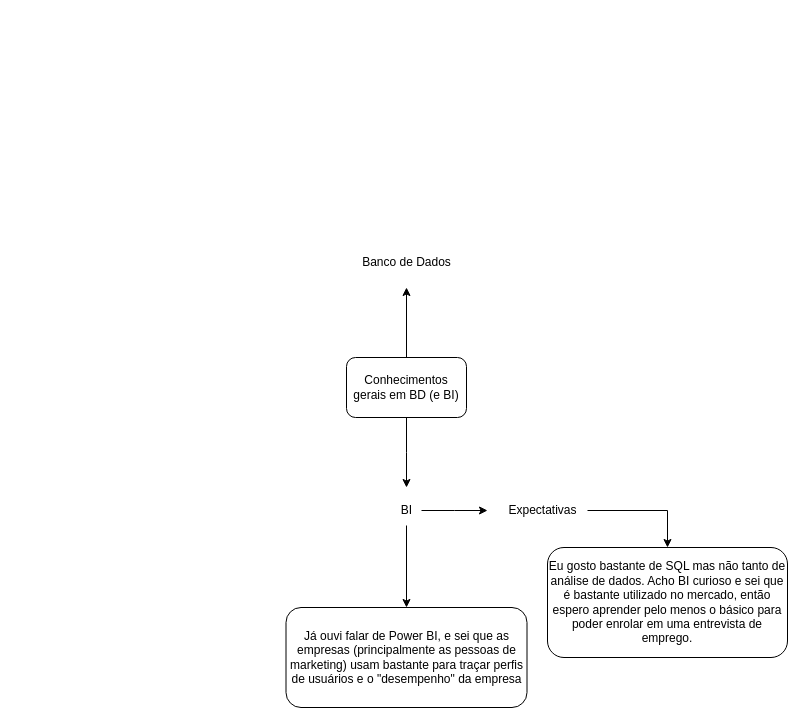
This is Diagrama sem nome.drawio from e-magesk/Banco-de-Dados-2, a draw.io file, before an edit. Source tidied: cells renumbered, new cells numbered last; positions are measured from the earlier drawing's top-left corner, leaving out a move shared by most shapes. Both pictures are drawn from the tidied source at 100%, with x=0, y=0 at pixel (285, 247).
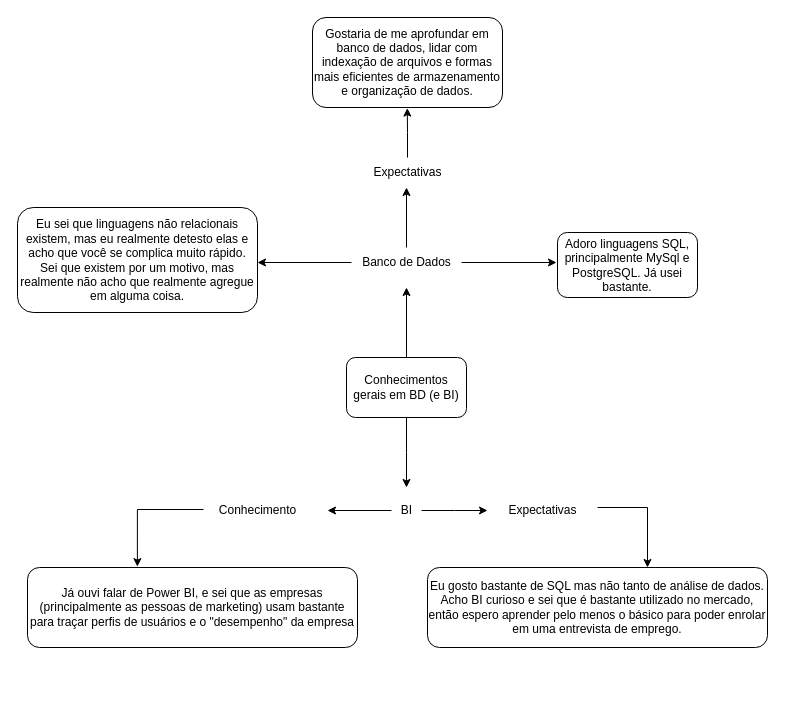
The same page after the edit.

The change refers to these unchanged cells:
```xml
<mxCell id="5" value="Banco de Dados" style="text;html=1;align=center;verticalAlign=middle;points=[];strokeColor=none;fillColor=none;" parent="1" vertex="1">
  <mxGeometry x="66" width="110" height="30" as="geometry" />
</mxCell>
<mxCell id="8" value="BI" style="text;html=1;align=center;verticalAlign=middle;points=[];strokeColor=none;fillColor=none;" parent="1" vertex="1">
  <mxGeometry x="106" y="248" width="30" height="30" as="geometry" />
</mxCell>
<mxCell id="11" value="Expectativas" style="text;html=1;align=center;verticalAlign=middle;points=[];strokeColor=none;fillColor=none;" parent="1" vertex="1">
  <mxGeometry x="212" y="248" width="90" height="30" as="geometry" />
</mxCell>
```

Change to the diagram source:
```diff
@@
+    <mxCell id="13" style="edgeStyle=orthogonalEdgeStyle;rounded=0;jettySize=auto;html=1;" parent="1" edge="1" source="5">
+      <mxGeometry relative="1" as="geometry">
+        <mxPoint x="-28" y="15" as="targetPoint" />
+      </mxGeometry>
+    </mxCell>
+    <mxCell id="14" style="edgeStyle=orthogonalEdgeStyle;rounded=0;jettySize=auto;html=1;" parent="1" edge="1" source="5">
+      <mxGeometry relative="1" as="geometry">
+        <mxPoint x="271" y="15" as="targetPoint" />
+      </mxGeometry>
+    </mxCell>
+    <mxCell id="15" style="edgeStyle=orthogonalEdgeStyle;rounded=0;jettySize=auto;html=1;" parent="1" edge="1" source="5">
+      <mxGeometry relative="1" as="geometry">
+        <mxPoint x="121" y="-60" as="targetPoint" />
+      </mxGeometry>
+    </mxCell>
@@
-    <mxCell id="6" style="edgeStyle=orthogonalEdgeStyle;rounded=0;jettySize=auto;html=1;entryX=0.5;entryY=0;entryDx=0;entryDy=0;" parent="1" edge="1" source="8" target="9">
-      <mxGeometry relative="1" as="geometry" />
-    </mxCell>
@@
+    <mxCell id="16" style="edgeStyle=orthogonalEdgeStyle;rounded=0;jettySize=auto;html=1;" parent="1" edge="1" source="8">
+      <mxGeometry relative="1" as="geometry">
+        <mxPoint x="42" y="263" as="targetPoint" />
+      </mxGeometry>
+    </mxCell>
@@
     <mxCell id="9" value="Já ouvi falar de Power BI, e sei que as empresas (principalmente as pessoas de marketing) usam bastante para traçar perfis de usuários e o &quot;desempenho&quot; da empresa" style="rounded=1;whiteSpace=wrap;html=1;" parent="1" vertex="1">
-      <mxGeometry x="0.5" y="360" width="241" height="100" as="geometry" />
+      <mxGeometry x="-258" y="320" width="330" height="80" as="geometry" />
     </mxCell>
-    <mxCell id="10" style="edgeStyle=orthogonalEdgeStyle;rounded=0;jettySize=auto;html=1;" parent="1" edge="1" source="11" target="12">
+    <mxCell id="10" style="edgeStyle=orthogonalEdgeStyle;rounded=0;jettySize=auto;html=1;" parent="1" edge="1" target="12">
       <mxGeometry relative="1" as="geometry">
+        <mxPoint x="312" y="260" as="sourcePoint" />
         <Array as="points">
-          <mxPoint x="382" y="263" />
+          <mxPoint x="362" y="260" />
         </Array>
       </mxGeometry>
     </mxCell>
@@
     <mxCell id="12" value="Eu gosto bastante de SQL mas não tanto de análise de dados. Acho BI curioso e sei que é bastante utilizado no mercado, então espero aprender pelo menos o básico para poder enrolar em uma entrevista de emprego." style="rounded=1;whiteSpace=wrap;html=1;" parent="1" vertex="1">
-      <mxGeometry x="262" y="300" width="240" height="110" as="geometry" />
+      <mxGeometry x="142" y="320" width="340" height="80" as="geometry" />
     </mxCell>
+    <mxCell id="17" style="edgeStyle=orthogonalEdgeStyle;rounded=0;jettySize=auto;html=1;entryX=0.333;entryY=-0.011;entryDx=0;entryDy=0;entryPerimeter=0;exitX=-0.04;exitY=0.467;exitDx=0;exitDy=0;exitPerimeter=0;" parent="1" edge="1" source="18" target="9">
+      <mxGeometry relative="1" as="geometry">
+        <Array as="points">
+          <mxPoint x="-148" y="262" />
+        </Array>
+      </mxGeometry>
+    </mxCell>
+    <mxCell id="18" value="Conhecimento" style="text;html=1;align=center;verticalAlign=middle;points=[];strokeColor=none;fillColor=none;" parent="1" vertex="1">
+      <mxGeometry x="-78" y="248" width="100" height="30" as="geometry" />
+    </mxCell>
+    <mxCell id="19" value="Adoro linguagens SQL, principalmente MySql e PostgreSQL. Já usei bastante." style="rounded=1;whiteSpace=wrap;html=1;" parent="1" vertex="1">
+      <mxGeometry x="272" y="-15" width="140" height="65" as="geometry" />
+    </mxCell>
+    <mxCell id="20" value="Eu sei que linguagens não relacionais existem, mas eu realmente detesto elas e acho que você se complica muito rápido. Sei que existem por um motivo, mas realmente não acho que realmente agregue em alguma coisa." style="rounded=1;whiteSpace=wrap;html=1;" parent="1" vertex="1">
+      <mxGeometry x="-268" y="-40" width="240" height="105" as="geometry" />
+    </mxCell>
+    <mxCell id="21" style="edgeStyle=orthogonalEdgeStyle;rounded=0;jettySize=auto;html=1;entryX=0.499;entryY=1.007;entryDx=0;entryDy=0;entryPerimeter=0;" parent="1" edge="1" source="22" target="23">
+      <mxGeometry relative="1" as="geometry" />
+    </mxCell>
+    <mxCell id="22" value="Expectativas" style="text;html=1;align=center;verticalAlign=middle;points=[];strokeColor=none;fillColor=none;rotation=0;" parent="1" vertex="1">
+      <mxGeometry x="77" y="-90" width="90" height="30" as="geometry" />
+    </mxCell>
+    <mxCell id="23" value="Gostaria de me aprofundar em banco de dados, lidar com indexação de arquivos e formas mais eficientes de armazenamento e organização de dados." style="rounded=1;whiteSpace=wrap;html=1;" parent="1" vertex="1">
+      <mxGeometry x="27" y="-230" width="190" height="90" as="geometry" />
+    </mxCell>
```
